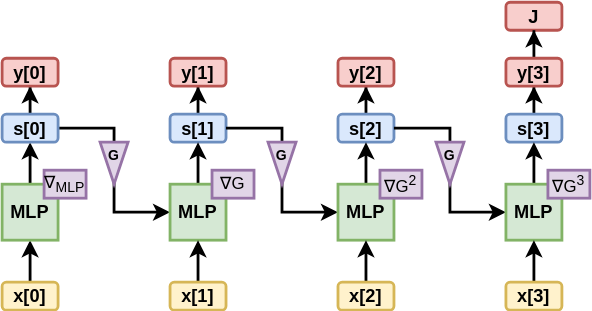
The draw.io diagram rnn_gradient_vanish_vis.svg in yyhtbs-yye/course_images, before a commit. Source tidied: cells renumbered, new cells last; positions are measured from the earlier drawing's top-left corner, leaving out a move shared by most shapes.
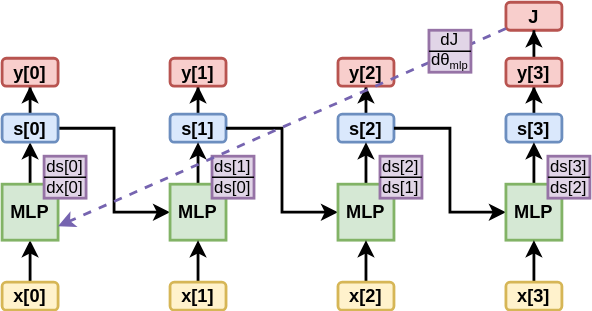
The same file after the commit.

What changed in the source:
```diff
@@ -98,29 +98,41 @@
     <mxCell id="33" value="y[3]" style="rounded=1;whiteSpace=wrap;html=1;fillColor=#f8cecc;strokeColor=#b85450;fontStyle=1;fontSize=13;strokeWidth=2;" parent="1" vertex="1">
       <mxGeometry x="360" y="40" width="40" height="20" as="geometry" />
     </mxCell>
-    <mxCell id="34" value="G&lt;br&gt;&lt;br&gt;" style="triangle;whiteSpace=wrap;html=1;rotation=90;horizontal=0;fontSize=10;strokeWidth=2;fontStyle=1;fillColor=#e1d5e7;strokeColor=#9673a6;" parent="1" vertex="1">
-      <mxGeometry x="65" y="105" width="30" height="20" as="geometry" />
-    </mxCell>
-    <mxCell id="35" value="G&lt;br&gt;&lt;br&gt;" style="triangle;whiteSpace=wrap;html=1;rotation=90;horizontal=0;fontSize=10;strokeWidth=2;fontStyle=1;fillColor=#e1d5e7;strokeColor=#9673a6;" parent="1" vertex="1">
-      <mxGeometry x="185" y="105" width="30" height="20" as="geometry" />
-    </mxCell>
-    <mxCell id="36" value="G&lt;br&gt;&lt;br&gt;" style="triangle;whiteSpace=wrap;html=1;rotation=90;horizontal=0;fontSize=10;strokeWidth=2;fontStyle=1;fillColor=#e1d5e7;strokeColor=#9673a6;" parent="1" vertex="1">
-      <mxGeometry x="305" y="105" width="30" height="20" as="geometry" />
-    </mxCell>
-    <mxCell id="37" value="∇G&lt;sup&gt;3&lt;/sup&gt;" style="text;html=1;strokeColor=#9673a6;fillColor=#e1d5e7;align=center;verticalAlign=middle;whiteSpace=wrap;rounded=0;strokeWidth=2;" parent="1" vertex="1">
-      <mxGeometry x="390" y="120" width="30" height="20" as="geometry" />
-    </mxCell>
     <mxCell id="38" value="MLP" style="rounded=0;whiteSpace=wrap;html=1;fillColor=#d5e8d4;strokeColor=#82b366;fontStyle=1;fontSize=13;strokeWidth=2;" parent="1" vertex="1">
       <mxGeometry y="130" width="40" height="40" as="geometry" />
     </mxCell>
-    <mxCell id="39" value="∇&lt;sub&gt;MLP&lt;/sub&gt;" style="text;html=1;strokeColor=#9673a6;fillColor=#e1d5e7;align=center;verticalAlign=middle;whiteSpace=wrap;rounded=0;strokeWidth=2;" parent="1" vertex="1">
-      <mxGeometry x="30" y="120" width="30" height="20" as="geometry" />
-    </mxCell>
-    <mxCell id="40" value="∇G&lt;sup&gt;2&lt;/sup&gt;" style="text;html=1;strokeColor=#9673a6;fillColor=#e1d5e7;align=center;verticalAlign=middle;whiteSpace=wrap;rounded=0;strokeWidth=2;" parent="1" vertex="1">
-      <mxGeometry x="270" y="120" width="30" height="20" as="geometry" />
-    </mxCell>
-    <mxCell id="41" value="∇G" style="text;html=1;strokeColor=#9673a6;fillColor=#e1d5e7;align=center;verticalAlign=middle;whiteSpace=wrap;rounded=0;strokeWidth=2;" parent="1" vertex="1">
-      <mxGeometry x="150" y="120" width="30" height="20" as="geometry" />
+    <mxCell id="41" value="ds[1]&lt;br&gt;ds[0]" style="text;html=1;strokeColor=#9673a6;fillColor=#e1d5e7;align=center;verticalAlign=middle;whiteSpace=wrap;rounded=0;strokeWidth=2;" parent="1" vertex="1">
+      <mxGeometry x="150" y="110" width="30" height="30" as="geometry" />
     </mxCell>
+    <mxCell id="42" style="endArrow=classic;html=1;rounded=0;entryX=1;entryY=0.75;entryDx=0;entryDy=0;dashed=1;strokeWidth=2;strokeColor=#7664B0;" parent="1" edge="1" source="28" target="38">
+      <mxGeometry relative="1" as="geometry" />
+    </mxCell>
+    <mxCell id="43" style="edgeStyle=orthogonalEdgeStyle;rounded=0;orthogonalLoop=1;jettySize=auto;html=1;exitX=0;exitY=0.5;exitDx=0;exitDy=0;entryX=1;entryY=0.5;entryDx=0;entryDy=0;endArrow=none;endFill=0;" parent="1" edge="1" source="41" target="41">
+      <mxGeometry relative="1" as="geometry" />
+    </mxCell>
+    <mxCell id="44" value="ds[0]&lt;br&gt;dx[0]" style="text;html=1;strokeColor=#9673a6;fillColor=#e1d5e7;align=center;verticalAlign=middle;whiteSpace=wrap;rounded=0;strokeWidth=2;" parent="1" vertex="1">
+      <mxGeometry x="30" y="110" width="30" height="30" as="geometry" />
+    </mxCell>
+    <mxCell id="45" style="edgeStyle=orthogonalEdgeStyle;rounded=0;orthogonalLoop=1;jettySize=auto;html=1;exitX=0;exitY=0.5;exitDx=0;exitDy=0;entryX=1;entryY=0.5;entryDx=0;entryDy=0;endArrow=none;endFill=0;" parent="1" edge="1" source="44" target="44">
+      <mxGeometry relative="1" as="geometry" />
+    </mxCell>
+    <mxCell id="46" value="ds[2]&lt;br&gt;ds[1]" style="text;html=1;strokeColor=#9673a6;fillColor=#e1d5e7;align=center;verticalAlign=middle;whiteSpace=wrap;rounded=0;strokeWidth=2;" parent="1" vertex="1">
+      <mxGeometry x="270" y="110" width="30" height="30" as="geometry" />
+    </mxCell>
+    <mxCell id="47" style="edgeStyle=orthogonalEdgeStyle;rounded=0;orthogonalLoop=1;jettySize=auto;html=1;exitX=0;exitY=0.5;exitDx=0;exitDy=0;entryX=1;entryY=0.5;entryDx=0;entryDy=0;endArrow=none;endFill=0;" parent="1" edge="1" source="46" target="46">
+      <mxGeometry relative="1" as="geometry" />
+    </mxCell>
+    <mxCell id="48" value="ds[3]&lt;br&gt;ds[2]" style="text;html=1;strokeColor=#9673a6;fillColor=#e1d5e7;align=center;verticalAlign=middle;whiteSpace=wrap;rounded=0;strokeWidth=2;" parent="1" vertex="1">
+      <mxGeometry x="390" y="110" width="30" height="30" as="geometry" />
+    </mxCell>
+    <mxCell id="49" style="edgeStyle=orthogonalEdgeStyle;rounded=0;orthogonalLoop=1;jettySize=auto;html=1;exitX=0;exitY=0.5;exitDx=0;exitDy=0;entryX=1;entryY=0.5;entryDx=0;entryDy=0;endArrow=none;endFill=0;" parent="1" edge="1" source="48" target="48">
+      <mxGeometry relative="1" as="geometry" />
+    </mxCell>
+    <mxCell id="50" value="dJ&lt;br&gt;dθ&lt;sub style=&quot;border-color: var(--border-color);&quot;&gt;&lt;font style=&quot;font-size: 8px;&quot;&gt;mlp&lt;/font&gt;&lt;/sub&gt;" style="text;html=1;strokeColor=#9673a6;fillColor=#e1d5e7;align=center;verticalAlign=middle;whiteSpace=wrap;rounded=0;strokeWidth=2;" parent="1" vertex="1">
+      <mxGeometry x="305" y="20" width="30" height="30" as="geometry" />
+    </mxCell>
+    <mxCell id="51" style="edgeStyle=orthogonalEdgeStyle;rounded=0;orthogonalLoop=1;jettySize=auto;html=1;exitX=0;exitY=0.5;exitDx=0;exitDy=0;entryX=1;entryY=0.5;entryDx=0;entryDy=0;endArrow=none;endFill=0;" parent="1" edge="1" source="50" target="50">
+      <mxGeometry relative="1" as="geometry" />
+    </mxCell>
   </root>
 </mxGraphModel>
```
